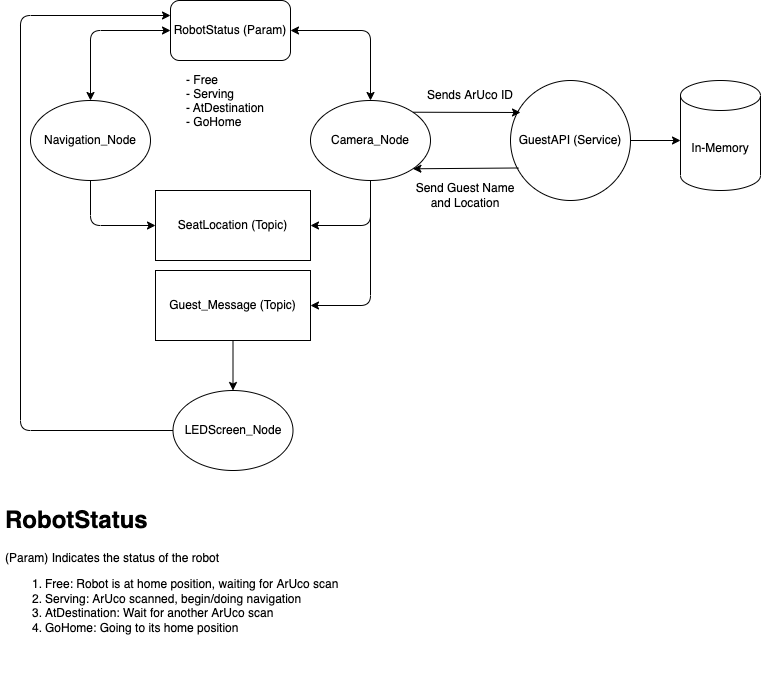
Gromitmugs/CinemaBot keeps this draw.io diagram as architecture/architecture.png. Above is the earlier version. Source tidied: cells renumbered, new cells last; positions are measured from the earlier drawing's top-left corner, leaving out a move shared by most shapes.
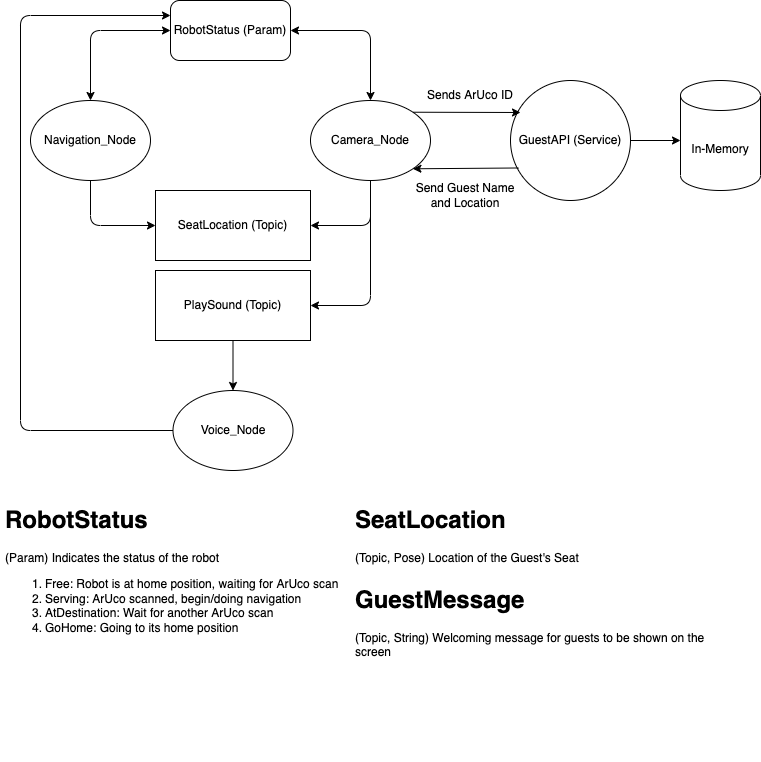
After the commit.

Diff of the diagram source:
```diff
@@ -25,9 +25,6 @@
         </Array>
       </mxGeometry>
     </mxCell>
-    <mxCell id="7" value="- Free&#10;- Serving&#10;- AtDestination&#10;- GoHome" style="text;strokeColor=none;fillColor=none;align=left;verticalAlign=middle;spacingLeft=4;spacingRight=4;overflow=hidden;fontColor=#000000;" parent="1" vertex="1">
-      <mxGeometry x="180" y="70" width="100" height="60" as="geometry" />
-    </mxCell>
     <mxCell id="8" value="SeatLocation (Topic)" style="rounded=0;whiteSpace=wrap;html=1;" parent="1" vertex="1">
       <mxGeometry x="155" y="190" width="155" height="70" as="geometry" />
     </mxCell>
@@ -63,7 +60,7 @@
     <mxCell id="16" value="In-Memory" style="shape=cylinder3;whiteSpace=wrap;html=1;boundedLbl=1;backgroundOutline=1;size=15;" parent="1" vertex="1">
       <mxGeometry x="680" y="80" width="80" height="110" as="geometry" />
     </mxCell>
-    <mxCell id="17" value="Guest_Message (Topic)" style="rounded=0;whiteSpace=wrap;html=1;" parent="1" vertex="1">
+    <mxCell id="17" value="PlaySound (Topic)" style="rounded=0;whiteSpace=wrap;html=1;" parent="1" vertex="1">
       <mxGeometry x="155" y="270" width="155" height="70" as="geometry" />
     </mxCell>
     <mxCell id="18" style="endArrow=classic;html=1;entryX=1;entryY=0.5;entryDx=0;entryDy=0;exitX=0.5;exitY=1;exitDx=0;exitDy=0;" parent="1" edge="1" source="3" target="17">
@@ -80,7 +77,7 @@
         </Array>
       </mxGeometry>
     </mxCell>
-    <mxCell id="20" value="LEDScreen_Node" style="ellipse;whiteSpace=wrap;html=1;" parent="1" vertex="1">
+    <mxCell id="20" value="Voice_Node" style="ellipse;whiteSpace=wrap;html=1;" parent="1" vertex="1">
       <mxGeometry x="172.5" y="390" width="120" height="80" as="geometry" />
     </mxCell>
     <mxCell id="21" style="endArrow=classic;html=1;exitX=0.5;exitY=1;exitDx=0;exitDy=0;entryX=0.5;entryY=0;entryDx=0;entryDy=0;" parent="1" edge="1" source="17" target="20">
@@ -98,5 +95,11 @@
         </Array>
       </mxGeometry>
     </mxCell>
+    <mxCell id="24" value="&lt;h1&gt;&lt;font color=&quot;#000000&quot;&gt;SeatLocation&lt;/font&gt;&lt;/h1&gt;&lt;p&gt;&lt;font color=&quot;#000000&quot;&gt;(Topic, Pose) Location of the Guest's Seat&lt;/font&gt;&lt;/p&gt;&lt;p&gt;&lt;/p&gt;" style="text;html=1;strokeColor=none;fillColor=none;spacing=5;spacingTop=-20;whiteSpace=wrap;overflow=hidden;rounded=0;" parent="1" vertex="1">
+      <mxGeometry x="350" y="500" width="390" height="180" as="geometry" />
+    </mxCell>
+    <mxCell id="25" value="&lt;h1&gt;&lt;font color=&quot;#000000&quot;&gt;GuestMessage&lt;/font&gt;&lt;/h1&gt;&lt;p&gt;&lt;font color=&quot;#000000&quot;&gt;(Topic, String) Welcoming message for guests to be shown on the screen&lt;/font&gt;&lt;/p&gt;&lt;p&gt;&lt;/p&gt;" style="text;html=1;strokeColor=none;fillColor=none;spacing=5;spacingTop=-20;whiteSpace=wrap;overflow=hidden;rounded=0;" parent="1" vertex="1">
+      <mxGeometry x="350" y="580" width="390" height="180" as="geometry" />
+    </mxCell>
   </root>
 </mxGraphModel>
```
